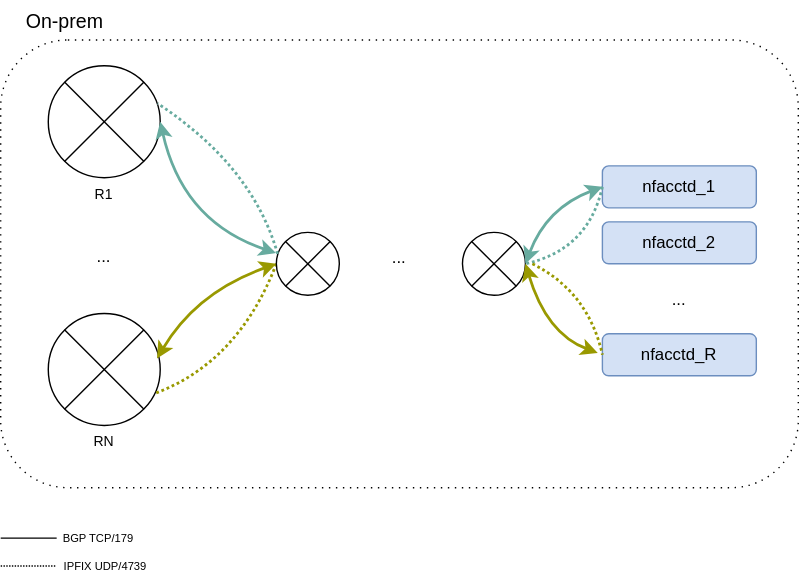
Above: docs/use-cases/images/deployment_onprem.svg in datahangar/sfunnel (draw.io), before the change. Source tidied: cells renumbered, new cells last; positions are measured from the earlier drawing's top-left corner, leaving out a move shared by most shapes.
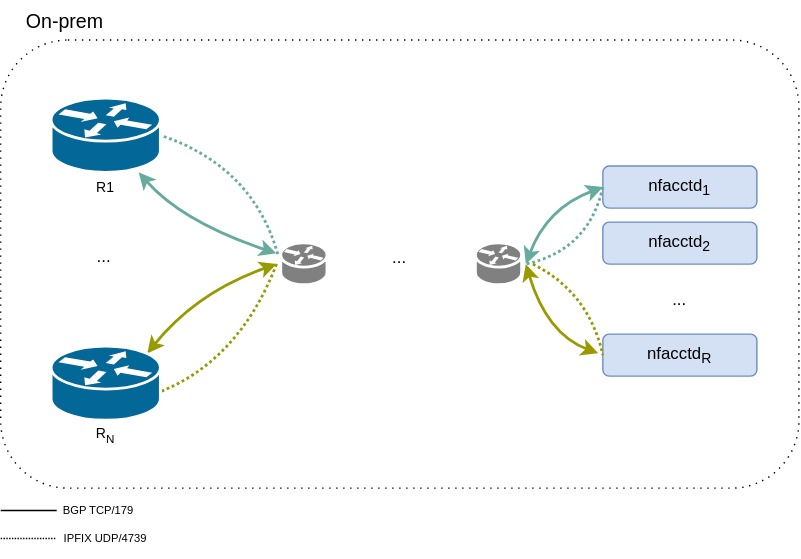
Later version of the same file.

The edit, as a diff of the source:
```diff
@@ -5,30 +5,18 @@
     <mxCell id="2" style="rounded=1;whiteSpace=wrap;html=1;fillColor=none;strokeColor=#000000;dashed=1;dashPattern=1 4;" parent="1" vertex="1">
       <mxGeometry y="28" width="570" height="320" as="geometry" />
     </mxCell>
-    <mxCell id="3" style="shape=sumEllipse;perimeter=ellipsePerimeter;whiteSpace=wrap;html=1;backgroundOutline=1;" parent="1" vertex="1">
-      <mxGeometry x="34" y="46.5" width="80" height="80" as="geometry" />
-    </mxCell>
-    <mxCell id="4" value="&lt;font style=&quot;font-size: 10px;&quot;&gt;R1&lt;/font&gt;" style="text;html=1;align=center;verticalAlign=middle;whiteSpace=wrap;rounded=0;" parent="1" vertex="1">
-      <mxGeometry x="39" y="122.5" width="70" height="30" as="geometry" />
-    </mxCell>
-    <mxCell id="5" style="shape=sumEllipse;perimeter=ellipsePerimeter;whiteSpace=wrap;html=1;backgroundOutline=1;" parent="1" vertex="1">
-      <mxGeometry x="34" y="223.5" width="80" height="80" as="geometry" />
-    </mxCell>
-    <mxCell id="6" value="&lt;font style=&quot;font-size: 10px;&quot;&gt;RN&lt;/font&gt;" style="text;html=1;align=center;verticalAlign=middle;whiteSpace=wrap;rounded=0;" parent="1" vertex="1">
-      <mxGeometry x="39" y="299.5" width="70" height="30" as="geometry" />
-    </mxCell>
-    <mxCell id="7" value="..." style="text;html=1;align=center;verticalAlign=middle;whiteSpace=wrap;rounded=0;" parent="1" vertex="1">
-      <mxGeometry x="44" y="167.5" width="60" height="30" as="geometry" />
-    </mxCell>
-    <mxCell id="8" style="curved=1;endArrow=classic;html=1;rounded=0;strokeWidth=2;strokeColor=#999900;startArrow=classic;startFill=1;exitX=0.971;exitY=0.403;exitDx=0;exitDy=0;exitPerimeter=0;entryX=0;entryY=0.5;entryDx=0;entryDy=0;" parent="1" edge="1" source="5" target="16">
+    <mxCell id="8" style="curved=1;endArrow=classic;html=1;rounded=0;strokeWidth=2;strokeColor=#999900;startArrow=classic;startFill=1;exitX=0.88;exitY=0.1;exitDx=0;exitDy=0;exitPerimeter=0;entryX=0;entryY=0.5;entryDx=0;entryDy=0;" parent="1" edge="1" source="34">
       <mxGeometry relative="1" as="geometry">
+        <mxPoint x="197" y="188" as="targetPoint" />
         <Array as="points">
           <mxPoint x="140" y="208" />
         </Array>
       </mxGeometry>
     </mxCell>
-    <mxCell id="9" style="curved=1;endArrow=none;html=1;rounded=0;strokeWidth=2;strokeColor=#999900;dashed=1;dashPattern=1 1;entryX=0.963;entryY=0.71;entryDx=0;entryDy=0;endFill=0;entryPerimeter=0;exitX=0;exitY=0.5;exitDx=0;exitDy=0;" parent="1" edge="1" source="16" target="5">
+    <mxCell id="9" style="curved=1;endArrow=none;html=1;rounded=0;strokeWidth=2;strokeColor=#999900;dashed=1;dashPattern=1 1;entryX=0.963;entryY=0.71;entryDx=0;entryDy=0;endFill=0;entryPerimeter=0;exitX=0;exitY=0.5;exitDx=0;exitDy=0;" parent="1" edge="1">
       <mxGeometry relative="1" as="geometry">
+        <mxPoint x="197" y="188" as="sourcePoint" />
+        <mxPoint x="111" y="280.3" as="targetPoint" />
         <Array as="points">
           <mxPoint x="170" y="258" />
         </Array>
@@ -39,37 +27,33 @@
     </mxCell>
     <mxCell id="11" style="endArrow=none;html=1;rounded=0;" parent="1" edge="1">
       <mxGeometry relative="1" as="geometry">
-        <mxPoint y="384" as="sourcePoint" />
-        <mxPoint x="40" y="384" as="targetPoint" />
+        <mxPoint y="364" as="sourcePoint" />
+        <mxPoint x="40" y="364" as="targetPoint" />
       </mxGeometry>
     </mxCell>
     <mxCell id="12" style="endArrow=none;html=1;rounded=0;dashed=1;dashPattern=1 1;" parent="1" edge="1">
       <mxGeometry relative="1" as="geometry">
-        <mxPoint y="404" as="sourcePoint" />
-        <mxPoint x="40" y="404" as="targetPoint" />
+        <mxPoint y="384" as="sourcePoint" />
+        <mxPoint x="40" y="384" as="targetPoint" />
       </mxGeometry>
     </mxCell>
     <mxCell id="13" value="&lt;font style=&quot;font-size: 8px;&quot;&gt;BGP TCP/179&lt;/font&gt;" style="text;html=1;align=center;verticalAlign=middle;whiteSpace=wrap;rounded=0;" parent="1" vertex="1">
-      <mxGeometry x="40" y="368" width="60" height="30" as="geometry" />
+      <mxGeometry x="40" y="348" width="60" height="30" as="geometry" />
     </mxCell>
     <mxCell id="14" value="&lt;font style=&quot;font-size: 8px;&quot;&gt;IPFIX UDP/4739&lt;/font&gt;" style="text;html=1;align=center;verticalAlign=middle;whiteSpace=wrap;rounded=0;" parent="1" vertex="1">
-      <mxGeometry x="40" y="388" width="70" height="30" as="geometry" />
+      <mxGeometry x="40" y="368" width="70" height="30" as="geometry" />
     </mxCell>
-    <mxCell id="15" style="shape=sumEllipse;perimeter=ellipsePerimeter;whiteSpace=wrap;html=1;backgroundOutline=1;" parent="1" vertex="1">
-      <mxGeometry x="330" y="165.5" width="45" height="45" as="geometry" />
-    </mxCell>
-    <mxCell id="16" style="shape=sumEllipse;perimeter=ellipsePerimeter;whiteSpace=wrap;html=1;backgroundOutline=1;" parent="1" vertex="1">
-      <mxGeometry x="197" y="165.5" width="45" height="45" as="geometry" />
-    </mxCell>
-    <mxCell id="17" style="curved=1;endArrow=classic;html=1;rounded=0;strokeWidth=2;strokeColor=#67AB9F;startArrow=classic;startFill=1;exitX=1;exitY=0.5;exitDx=0;exitDy=0;entryX=-0.006;entryY=0.329;entryDx=0;entryDy=0;entryPerimeter=0;" parent="1" edge="1" source="3" target="16">
+    <mxCell id="17" style="curved=1;endArrow=classic;html=1;rounded=0;strokeWidth=2;strokeColor=#67AB9F;startArrow=classic;startFill=1;entryX=-0.006;entryY=0.329;entryDx=0;entryDy=0;entryPerimeter=0;" parent="1" edge="1" source="33">
       <mxGeometry relative="1" as="geometry">
+        <mxPoint x="196.7" y="180.3" as="targetPoint" />
         <Array as="points">
           <mxPoint x="130" y="158" />
         </Array>
       </mxGeometry>
     </mxCell>
-    <mxCell id="18" style="curved=1;endArrow=none;html=1;rounded=0;strokeWidth=2;strokeColor=#67AB9F;dashed=1;dashPattern=1 1;entryX=0.977;entryY=0.337;entryDx=0;entryDy=0;endFill=0;entryPerimeter=0;exitX=0.019;exitY=0.341;exitDx=0;exitDy=0;exitPerimeter=0;" parent="1" edge="1" source="16" target="3">
+    <mxCell id="18" style="curved=1;endArrow=none;html=1;rounded=0;strokeWidth=2;strokeColor=#67AB9F;dashed=1;dashPattern=1 1;entryX=1;entryY=0.5;entryDx=0;entryDy=0;endFill=0;entryPerimeter=0;exitX=0.019;exitY=0.341;exitDx=0;exitDy=0;exitPerimeter=0;" parent="1" edge="1" target="33">
       <mxGeometry relative="1" as="geometry">
+        <mxPoint x="197.9" y="180.8" as="sourcePoint" />
         <Array as="points">
           <mxPoint x="180" y="118" />
         </Array>
@@ -78,27 +62,29 @@
     <mxCell id="19" value="&lt;div&gt;&lt;br&gt;&lt;/div&gt;" style="edgeLabel;html=1;align=center;verticalAlign=middle;labelBackgroundColor=none;fontColor=#006600;" parent="18" vertex="1">
       <mxGeometry y="-10" relative="1" as="geometry" />
     </mxCell>
-    <mxCell id="20" value="nfacctd_1" style="rounded=1;whiteSpace=wrap;html=1;fillColor=#D4E1F5;strokeColor=#6C8EBF;" parent="1" vertex="1">
+    <mxCell id="20" value="nfacctd&lt;sub&gt;1&lt;/sub&gt;" style="rounded=1;whiteSpace=wrap;html=1;fillColor=#D4E1F5;strokeColor=#6C8EBF;" parent="1" vertex="1">
       <mxGeometry x="430" y="118" width="110" height="30" as="geometry" />
     </mxCell>
-    <mxCell id="21" value="nfacctd_R" style="rounded=1;whiteSpace=wrap;html=1;fillColor=#D4E1F5;strokeColor=#6C8EBF;" parent="1" vertex="1">
+    <mxCell id="21" value="nfacctd&lt;sub&gt;R&lt;/sub&gt;" style="rounded=1;whiteSpace=wrap;html=1;fillColor=#D4E1F5;strokeColor=#6C8EBF;" parent="1" vertex="1">
       <mxGeometry x="430" y="238" width="110" height="30" as="geometry" />
     </mxCell>
-    <mxCell id="22" value="nfacctd_2" style="rounded=1;whiteSpace=wrap;html=1;fillColor=#D4E1F5;strokeColor=#6C8EBF;" parent="1" vertex="1">
+    <mxCell id="22" value="nfacctd&lt;sub&gt;2&lt;/sub&gt;" style="rounded=1;whiteSpace=wrap;html=1;fillColor=#D4E1F5;strokeColor=#6C8EBF;" parent="1" vertex="1">
       <mxGeometry x="430" y="158" width="110" height="30" as="geometry" />
     </mxCell>
     <mxCell id="23" value="..." style="text;html=1;align=center;verticalAlign=middle;whiteSpace=wrap;rounded=0;" parent="1" vertex="1">
       <mxGeometry x="455" y="199" width="60" height="30" as="geometry" />
     </mxCell>
-    <mxCell id="24" style="curved=1;endArrow=classic;html=1;rounded=0;strokeWidth=2;strokeColor=#67AB9F;startArrow=classic;startFill=1;exitX=1;exitY=0.5;exitDx=0;exitDy=0;entryX=0;entryY=0.5;entryDx=0;entryDy=0;" parent="1" edge="1" source="15" target="20">
+    <mxCell id="24" style="curved=1;endArrow=classic;html=1;rounded=0;strokeWidth=2;strokeColor=#67AB9F;startArrow=classic;startFill=1;exitX=1;exitY=0.5;exitDx=0;exitDy=0;entryX=0;entryY=0.5;entryDx=0;entryDy=0;" parent="1" edge="1" target="20">
       <mxGeometry relative="1" as="geometry">
+        <mxPoint x="375" y="188" as="sourcePoint" />
         <Array as="points">
           <mxPoint x="390" y="148" />
         </Array>
       </mxGeometry>
     </mxCell>
-    <mxCell id="25" style="curved=1;endArrow=none;html=1;rounded=0;strokeWidth=2;strokeColor=#67AB9F;dashed=1;dashPattern=1 1;entryX=1;entryY=0.5;entryDx=0;entryDy=0;endFill=0;exitX=0;exitY=0.5;exitDx=0;exitDy=0;" parent="1" edge="1" source="20" target="15">
+    <mxCell id="25" style="curved=1;endArrow=none;html=1;rounded=0;strokeWidth=2;strokeColor=#67AB9F;dashed=1;dashPattern=1 1;entryX=1;entryY=0.5;entryDx=0;entryDy=0;endFill=0;exitX=0;exitY=0.5;exitDx=0;exitDy=0;" parent="1" edge="1" source="20">
       <mxGeometry relative="1" as="geometry">
+        <mxPoint x="375" y="188" as="targetPoint" />
         <Array as="points">
           <mxPoint x="420" y="178" />
         </Array>
@@ -107,8 +93,9 @@
     <mxCell id="26" value="&lt;div&gt;&lt;br&gt;&lt;/div&gt;" style="edgeLabel;html=1;align=center;verticalAlign=middle;labelBackgroundColor=none;fontColor=#006600;" parent="25" vertex="1">
       <mxGeometry y="-10" relative="1" as="geometry" />
     </mxCell>
-    <mxCell id="27" style="curved=1;endArrow=classic;html=1;rounded=0;strokeWidth=2;strokeColor=#999900;startArrow=classic;startFill=1;exitX=-0.03;exitY=0.457;exitDx=0;exitDy=0;exitPerimeter=0;entryX=1;entryY=0.5;entryDx=0;entryDy=0;" parent="1" edge="1" source="21" target="15">
+    <mxCell id="27" style="curved=1;endArrow=classic;html=1;rounded=0;strokeWidth=2;strokeColor=#999900;startArrow=classic;startFill=1;exitX=-0.03;exitY=0.457;exitDx=0;exitDy=0;exitPerimeter=0;entryX=1;entryY=0.5;entryDx=0;entryDy=0;" parent="1" edge="1" source="21">
       <mxGeometry relative="1" as="geometry">
+        <mxPoint x="375" y="188" as="targetPoint" />
         <Array as="points">
           <mxPoint x="390" y="238" />
         </Array>
@@ -131,5 +118,26 @@
     <mxCell id="31" value="..." style="text;html=1;align=center;verticalAlign=middle;whiteSpace=wrap;rounded=0;" parent="1" vertex="1">
       <mxGeometry x="255" y="169" width="60" height="30" as="geometry" />
     </mxCell>
+    <mxCell id="4" value="&lt;font style=&quot;font-size: 10px;&quot;&gt;R1&lt;/font&gt;" style="text;html=1;align=center;verticalAlign=middle;whiteSpace=wrap;rounded=0;" parent="1" vertex="1">
+      <mxGeometry x="40" y="118" width="70" height="30" as="geometry" />
+    </mxCell>
+    <mxCell id="32" value="&lt;font style=&quot;font-size: 10px;&quot;&gt;R&lt;sub&gt;N&lt;/sub&gt;&lt;/font&gt;" style="text;html=1;align=center;verticalAlign=middle;whiteSpace=wrap;rounded=0;" parent="1" vertex="1">
+      <mxGeometry x="40" y="294" width="70" height="30" as="geometry" />
+    </mxCell>
+    <mxCell id="7" value="..." style="text;html=1;align=center;verticalAlign=middle;whiteSpace=wrap;rounded=0;" parent="1" vertex="1">
+      <mxGeometry x="44" y="167.5" width="60" height="30" as="geometry" />
+    </mxCell>
+    <mxCell id="33" style="shape=mxgraph.cisco.routers.router;sketch=0;html=1;dashed=0;fillColor=#036897;strokeColor=#ffffff;strokeWidth=2;verticalLabelPosition=bottom;verticalAlign=top;align=center;outlineConnect=0;" parent="1" vertex="1">
+      <mxGeometry x="36" y="69.5" width="78" height="53" as="geometry" />
+    </mxCell>
+    <mxCell id="34" style="shape=mxgraph.cisco.routers.router;sketch=0;html=1;dashed=0;fillColor=#036897;strokeColor=#ffffff;strokeWidth=2;verticalLabelPosition=bottom;verticalAlign=top;align=center;outlineConnect=0;" parent="1" vertex="1">
+      <mxGeometry x="36" y="246.5" width="78" height="53" as="geometry" />
+    </mxCell>
+    <mxCell id="35" style="shape=mxgraph.cisco.routers.router;sketch=0;html=1;dashed=0;fillColor=#808080;strokeColor=#ffffff;strokeWidth=2;verticalLabelPosition=bottom;verticalAlign=top;align=center;" parent="1" vertex="1">
+      <mxGeometry x="200" y="172.8" width="33" height="30" as="geometry" />
+    </mxCell>
+    <mxCell id="36" style="shape=mxgraph.cisco.routers.router;sketch=0;html=1;dashed=0;fillColor=#808080;strokeColor=#ffffff;strokeWidth=2;verticalLabelPosition=bottom;verticalAlign=top;align=center;" parent="1" vertex="1">
+      <mxGeometry x="339" y="172.8" width="33" height="30" as="geometry" />
+    </mxCell>
   </root>
 </mxGraphModel>
```
